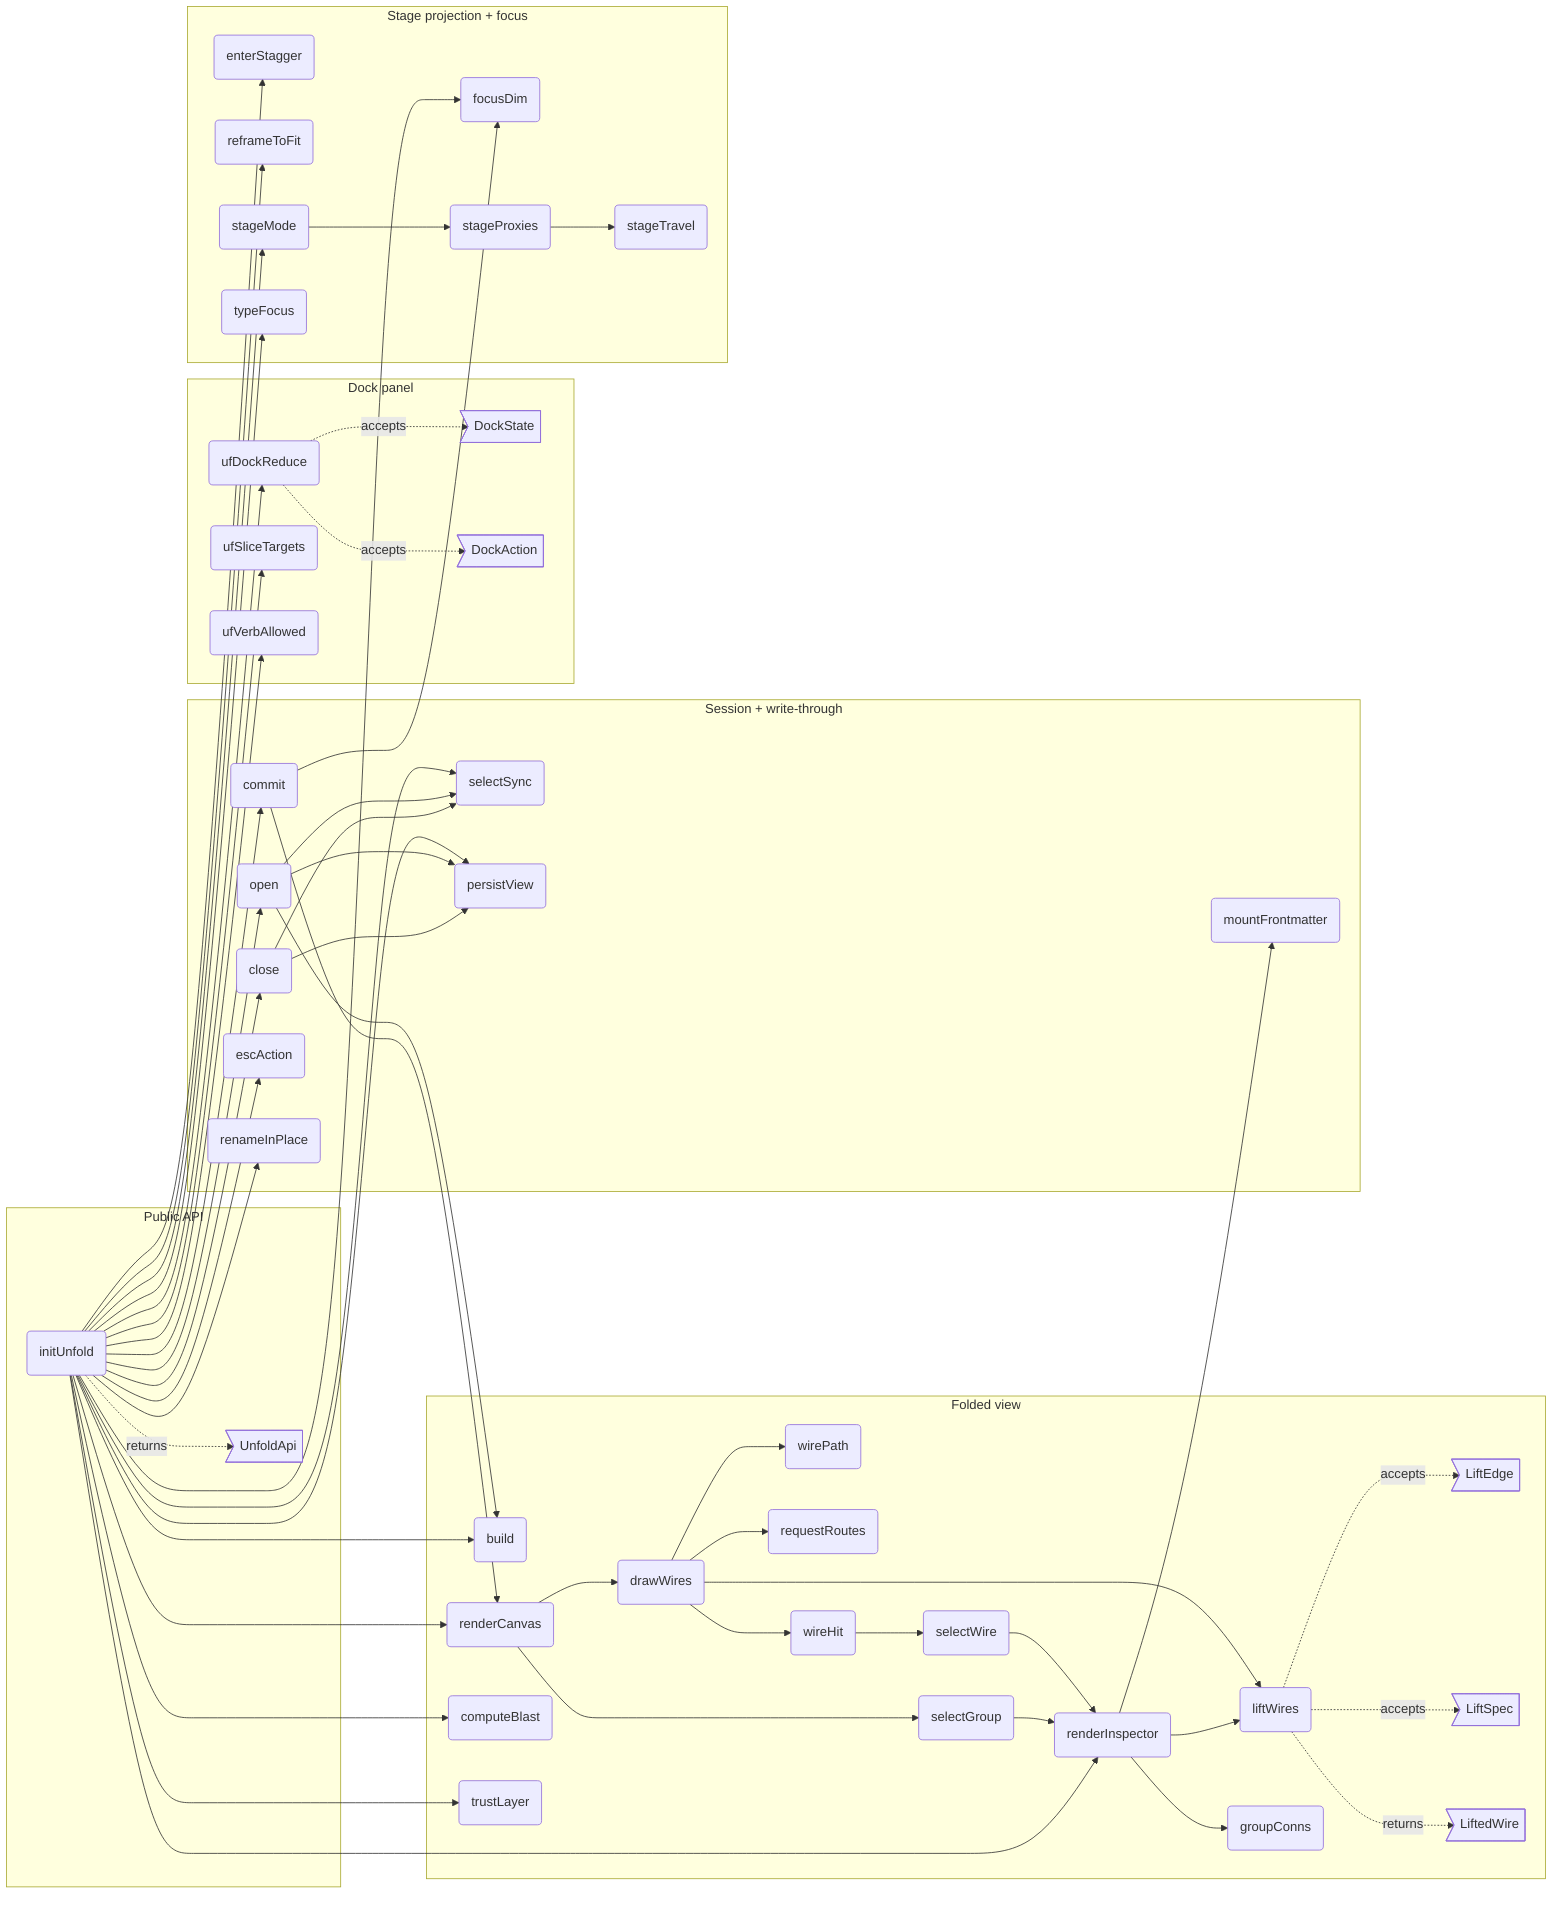
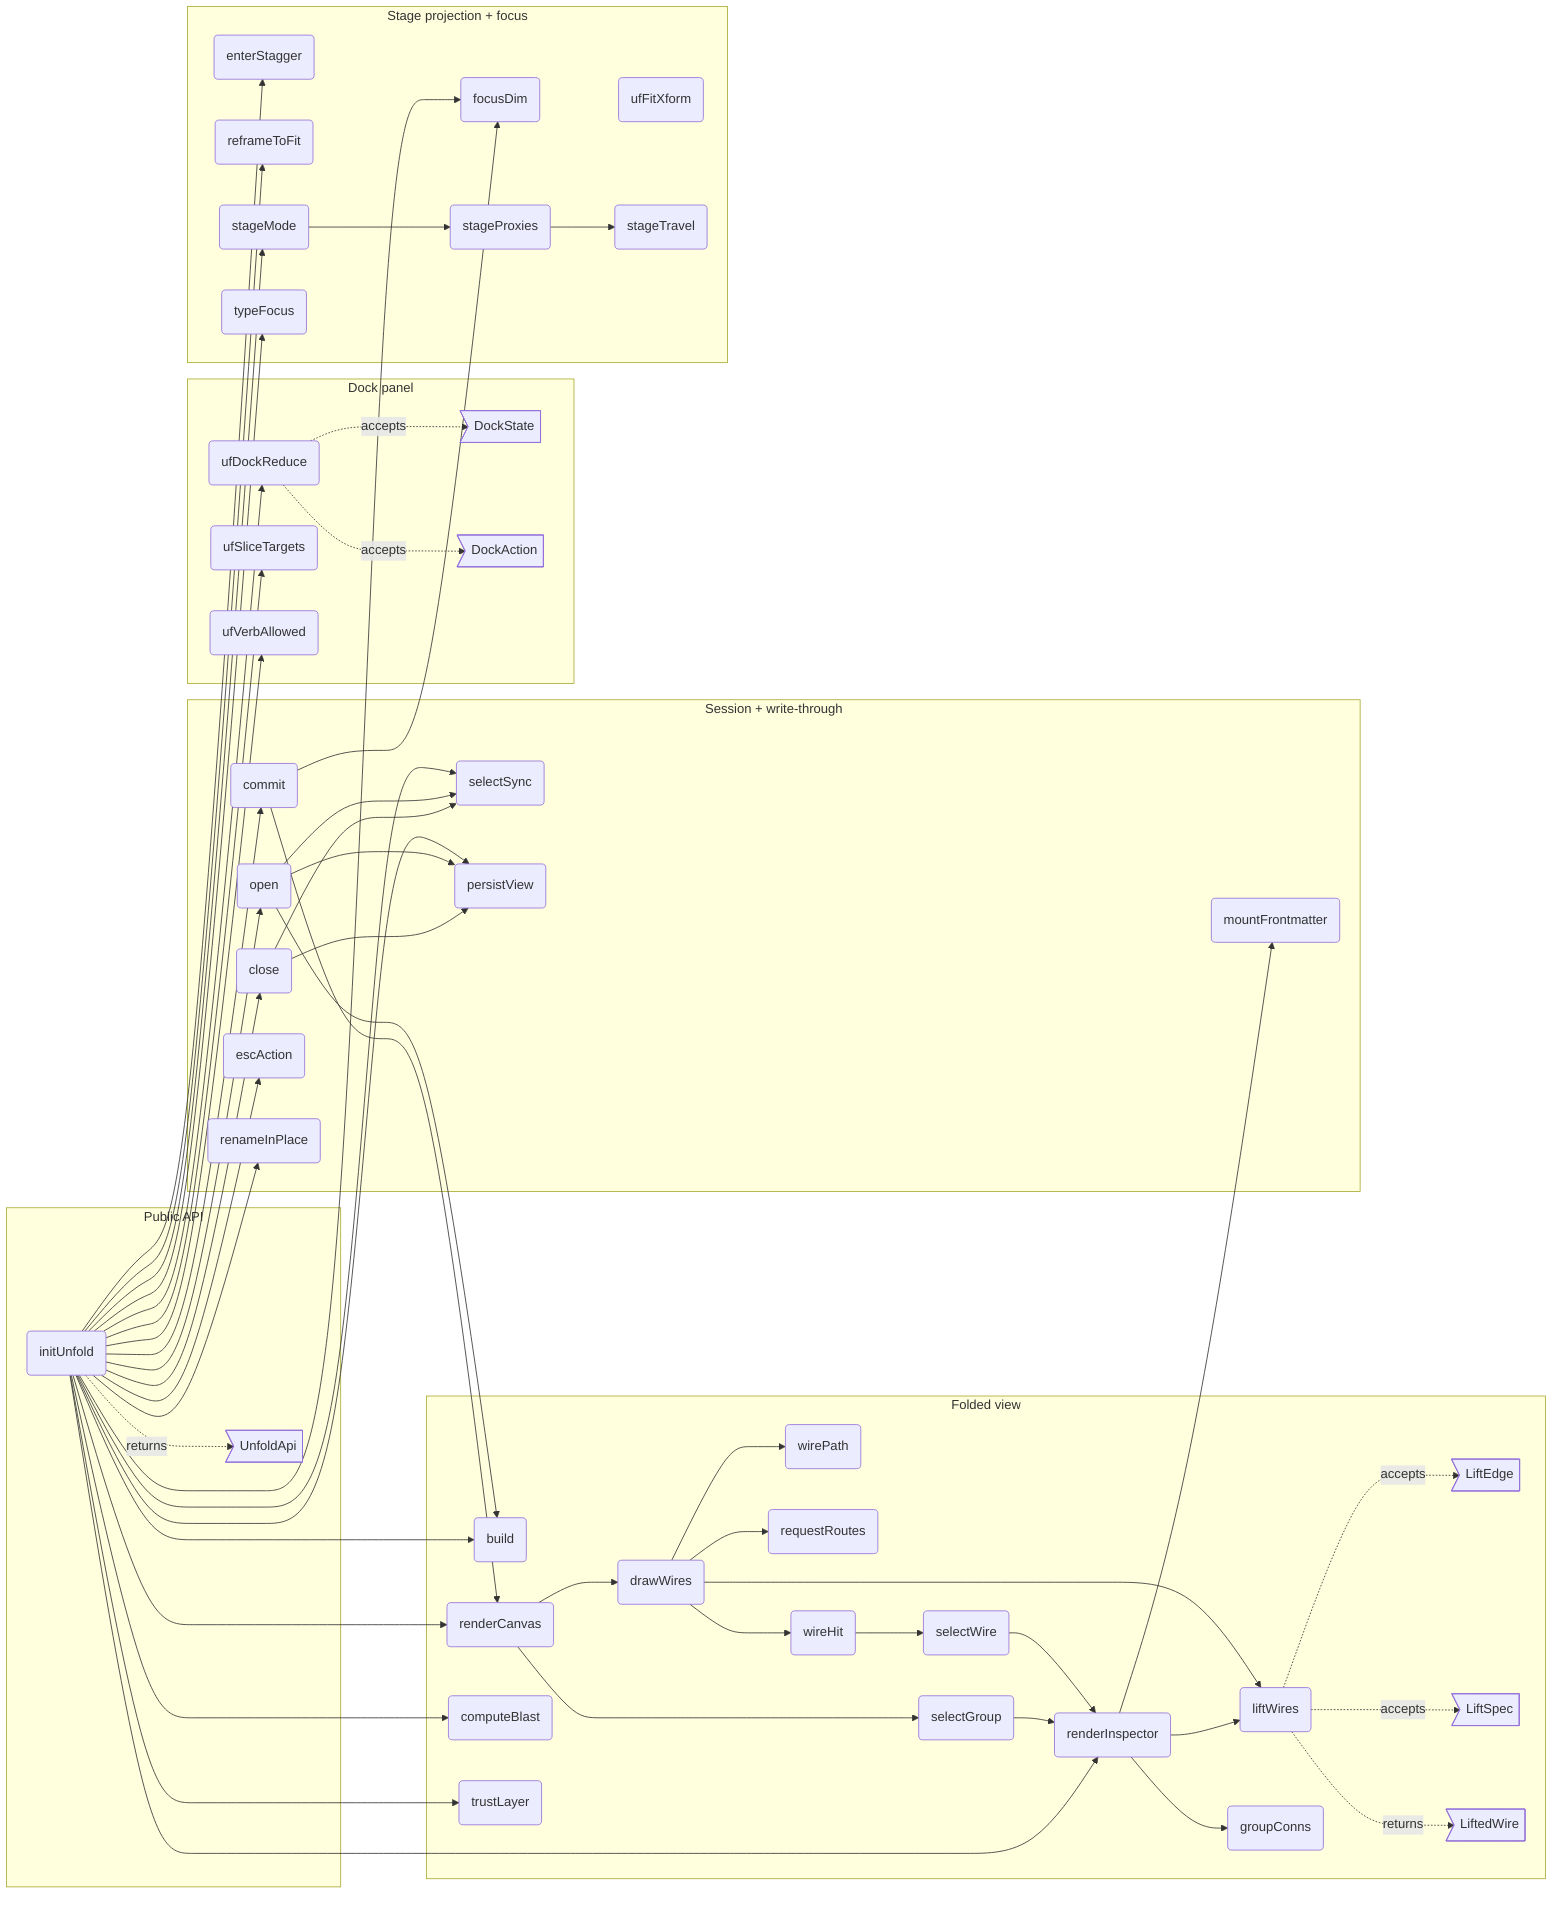
flowchart LR
%% root unfold

%% src UnfoldApi src/panel/unfold/unfold.ts#UnfoldApi
%% kind UnfoldApi type
%% fm:meta UnfoldApi name=UnfoldApi
%% fm:meta UnfoldApi desc=public surface: open, close, toggle

%% src initUnfold src/panel/unfold/unfold.ts#initUnfold
%% kind initUnfold function
%% fm:meta initUnfold name=initUnfold
%% fm:meta initUnfold desc=build the primary surface (own DOM + own CSS, the planner isolation pattern) bound to ctx; reads ctx.state + ctx.bodies, writes only through the shared hooks path; the dock carries a temporary legacy-compare affordance instead of a ✕ (M4 correction); the panel is a real dock driven by the pure ufDockReduce — five tabs on a two-row strip (reveal · io · mermaid / slice · style), chevron collapse, drag resize, state persisted under unfold.dock; model verbs are reachable through hidden-by-default affordances — overlay-scoped shortcuts and a selection-only '⋯' actions menu gated by the pure ufVerbAllowed, every verb bridging the unfold selection to the shared model selection and invoking the single-owner module verbs (nodes/clipboard/history) before a full rebuild
%% fm:meta initUnfold i0.name=initUnfold
%% fm:meta initUnfold i0.accepts=ctx: AppContext
%% fm:meta initUnfold i0.accepts=deps: { selection: SelectionApi; camera: CameraApi; files: FilesApi; mermaid: MermaidApi; slice: SliceApi; theming: ThemingApi; nodes: NodesApi; clipboard: ClipboardApi; history: HistoryApi }
%% fm:meta initUnfold i0.returns=UnfoldApi

%% src ufBuild src/panel/unfold/unfold.ts#build
%% kind ufBuild function
%% fm:meta ufBuild name=build
%% fm:meta ufBuild desc=derive the folded units from ctx.state on every open: live parent wins, else the flowmap mod__rest drill convention; de-dup edges, fan-in
%% fm:meta ufBuild i0.name=build
%% fm:meta ufBuild i0.returns=void

%% src ufRenderCanvas src/panel/unfold/unfold.ts#renderCanvas
%% kind ufRenderCanvas function
%% fm:meta ufRenderCanvas name=renderCanvas
%% fm:meta ufRenderCanvas desc=render the containment roots as nested flex cards/groups; only expanded containers show their children
%% fm:meta ufRenderCanvas i0.name=renderCanvas
%% fm:meta ufRenderCanvas i0.returns=void

%% src ufDrawWires src/panel/unfold/unfold.ts#drawWires
%% kind ufDrawWires function
%% fm:meta ufDrawWires name=drawWires
%% fm:meta ufDrawWires desc=paint the pure lift decision (ufLiftWires): wires run between sibling anchors under their lowest common container so no wire crosses a foreign group box; concealed counts render as mid-path badges; arrowheads exist only on atomic reveals (selected leaf / exploded wire); hot wires keep the accent + flow grammar; weight ramp, hub fade and hit paths operate on the lifted set
%% fm:meta ufDrawWires i0.name=drawWires
%% fm:meta ufDrawWires i0.returns=void

%% src ufLiftWires src/panel/unfold/unfold-lift.ts#ufLiftWires
%% kind ufLiftWires function
%% fm:meta ufLiftWires name=liftWires
%% fm:meta ufLiftWires desc=pure wire-picture decision for the primary surface: every wire lifts to sibling anchors under the lowest common container (never crossing a foreign boundary), concealed endpoints counted for the badge; the lowest selected point sets the travel depth — a selected leaf reveals true wires (atomic, arrowed, hot), a selected container anchors its crossing wires at its own border (hot), a selected wire explodes into its underlying relations; opposite directions merge (weight-majority orientation) since arrowheads exist only on atomic reveals
%% fm:meta ufLiftWires i0.name=ufLiftWires
%% fm:meta ufLiftWires i0.accepts=edges: LiftEdge[]
%% fm:meta ufLiftWires i0.accepts=spec: LiftSpec
%% fm:meta ufLiftWires i0.returns=LiftedWire[]

%% src ufLiftEdge src/panel/unfold/unfold-lift.ts#LiftEdge
%% kind ufLiftEdge type
%% fm:meta ufLiftEdge name=LiftEdge
%% fm:meta ufLiftEdge desc=one deduped model edge as the lift decision sees it: endpoints, call/dep flags, weight, optional advisory mark

%% src ufLiftSpec src/panel/unfold/unfold-lift.ts#LiftSpec
%% kind ufLiftSpec type
%% fm:meta ufLiftSpec name=LiftSpec
%% fm:meta ufLiftSpec desc=the plain view slice the lift decision reads: containment parents, expanded/hidden, selection (node or container plus wire), wire layers

%% src ufLiftedWire src/panel/unfold/unfold-lift.ts#LiftedWire
%% kind ufLiftedWire type
%% fm:meta ufLiftedWire name=LiftedWire
%% fm:meta ufLiftedWire desc=one drawn wire: sibling anchors, summed weight, concealed endpoint count (the badge), atomic (arrowed reveal), hot (selection highlight), advisory, and the underlying model relations

%% src ufSliceTargets src/panel/unfold/unfold-slice.ts#ufSliceTargets
%% kind ufSliceTargets function
%% fm:meta ufSliceTargets name=ufSliceTargets
%% fm:meta ufSliceTargets desc=pure mapping from unfold's selection shape to slice target ids: a non-empty selected card/group id wins → [sel]; else a selected wire → its two endpoints deduplicated for a self-loop; else [] meaning full diagram (the legacy no-selection contract); an empty-string sel counts as no selection
%% fm:meta ufSliceTargets i0.name=ufSliceTargets
%% fm:meta ufSliceTargets i0.accepts=sel: string | null
%% fm:meta ufSliceTargets i0.accepts=wire: { a: string; b: string } | null
%% fm:meta ufSliceTargets i0.returns=string[]

%% src ufVerbAllowed src/panel/unfold/unfold-verbs.ts#ufVerbAllowed
%% kind ufVerbAllowed function
%% fm:meta ufVerbAllowed name=ufVerbAllowed
%% fm:meta ufVerbAllowed desc=pure verb-applicability gate for unfold's hidden actions: over { sel, wire, clipboard, modelEmpty } — addNode/undo/redo always; connect/copy/duplicate/wrap/editMeta need a selected card or group; delete needs a card/group or a wire; paste needs a non-empty clipboard; edgeLabel/edgeReverse/edgeDelete need a selected wire; clearAll needs a non-empty model; unknown verbs are refused (fail closed)
%% fm:meta ufVerbAllowed i0.name=ufVerbAllowed
%% fm:meta ufVerbAllowed i0.accepts=verb: string
%% fm:meta ufVerbAllowed i0.accepts=s: { sel: string | null; wire: boolean; clipboard: boolean; modelEmpty: boolean }
%% fm:meta ufVerbAllowed i0.returns=boolean

%% src ufDockReduce src/panel/unfold/unfold-dock.ts#ufDockReduce
%% kind ufDockReduce function
%% fm:meta ufDockReduce name=ufDockReduce
%% fm:meta ufDockReduce desc=pure dock-state reducer for the primary surface's panel: DockState { tab, collapsed, width } advances only through actions — setTab selects a known tab and always expands a collapsed panel (unknown or already-active tabs are no-ops), toggleCollapse flips collapsed preserving tab and width, resize rounds and clamps width to [240, 580] and is a no-op while collapsed, load normalizes a persisted raw value falling back per-field to first-tab / expanded / 330; an empty tabs list makes every action a no-op
%% fm:meta ufDockReduce i0.name=ufDockReduce
%% fm:meta ufDockReduce i0.accepts=state: DockState
%% fm:meta ufDockReduce i0.accepts=action: DockAction
%% fm:meta ufDockReduce i0.accepts=tabs: string[]
%% fm:meta ufDockReduce i0.returns=DockState

%% src ufDockState src/panel/unfold/unfold-dock.ts#DockState
%% kind ufDockState type
%% fm:meta ufDockState name=DockState
%% fm:meta ufDockState desc=the panel chrome state: active tab, collapsed flag, width in px — the only dock state, persisted whole under unfold.dock

%% src ufDockAction src/panel/unfold/unfold-dock.ts#DockAction
%% kind ufDockAction type
%% fm:meta ufDockAction name=DockAction
%% fm:meta ufDockAction desc=discriminated dock action: setTab, toggleCollapse, resize, or load (normalize a persisted raw value)

%% src ufComputeBlast src/panel/unfold/unfold.ts#computeBlast
%% kind ufComputeBlast function
%% fm:meta ufComputeBlast name=computeBlast
%% fm:meta ufComputeBlast desc=reverse-BFS the transitive dependents of the selection and map them to visible cards with min hop distance
%% fm:meta ufComputeBlast i0.name=computeBlast
%% fm:meta ufComputeBlast i0.returns=void

%% src ufRenderInspector src/panel/unfold/unfold.ts#renderInspector
%% kind ufRenderInspector function
%% fm:meta ufRenderInspector name=renderInspector
%% fm:meta ufRenderInspector desc=empty until selection; then kind, crumbs, desc, interfaces, blast count, connections, and the real source body from ctx.bodies — a selected wire resolves its endpoints and underlying relations through the same pure lift decision the painter draws (ufLiftWires), so the two surfaces cannot disagree
%% fm:meta ufRenderInspector i0.name=renderInspector
%% fm:meta ufRenderInspector i0.returns=void

%% src ufEnterStagger src/panel/unfold/unfold.ts#enterStagger
%% kind ufEnterStagger function
%% fm:meta ufEnterStagger name=enterStagger
%% fm:meta ufEnterStagger desc=staggered fade-up entrance for newly-revealed cards (~55ms stagger, ~650ms expo ease); wires draw themselves in only after their cards land
%% fm:meta ufEnterStagger i0.name=enterStagger
%% fm:meta ufEnterStagger i0.returns=void

%% src ufFocusDim src/panel/unfold/unfold.ts#focusDim
%% kind ufFocusDim function
%% fm:meta ufFocusDim name=focusDim
%% fm:meta ufFocusDim desc=focus illumination without rebuild: selection glows, 1-hop neighbours stay lit, its wires carry the flow animation, everything else dims
%% fm:meta ufFocusDim i0.name=focusDim
%% fm:meta ufFocusDim i0.returns=void

%% src ufReframe src/panel/unfold/unfold.ts#reframeToFit
%% kind ufReframe function
%% fm:meta ufReframe name=reframeToFit
%% fm:meta ufReframe desc=after every structural change the world transform-scales so all visible content fits, animated ~900ms expo ease — the canvas breathes instead of demanding travel
%% fm:meta ufReframe i0.name=reframeToFit
%% fm:meta ufReframe i0.returns=void

%% src ufStageMode src/panel/unfold/unfold.ts#stageMode
%% kind ufStageMode function
%% fm:meta ufStageMode name=stageMode
%% fm:meta ufStageMode desc=second projection of the same graph: the focused group renders center-stage at readable size while the explore world blurs and fades behind; exit restores explore state exactly
%% fm:meta ufStageMode i0.name=stageMode
%% fm:meta ufStageMode i0.accepts=gid: string | null
%% fm:meta ufStageMode i0.returns=void

%% src ufProxies src/panel/unfold/unfold.ts#stageProxies
%% kind ufProxies function
%% fm:meta ufProxies name=stageProxies
%% fm:meta ufProxies desc=external edges aggregate per target container into pill proxies on a ring; each pill's angle is the TRUE angle between group centroids in ctx.state positions
%% fm:meta ufProxies i0.name=stageProxies
%% fm:meta ufProxies i0.returns=void

%% src ufTravel src/panel/unfold/unfold.ts#stageTravel
%% kind ufTravel function
%% fm:meta ufTravel name=stageTravel
%% fm:meta ufTravel desc=peek then travel: the target group slides onto stage FROM its direction; the origin becomes a reciprocal-direction proxy automatically since both derive from the same centroids
%% fm:meta ufTravel i0.name=stageTravel
%% fm:meta ufTravel i0.accepts=target: string
%% fm:meta ufTravel i0.accepts=fromAngle: number
%% fm:meta ufTravel i0.returns=void

%% src ufTypeFocus src/panel/unfold/unfold.ts#typeFocus
%% kind ufTypeFocus function
%% fm:meta ufTypeFocus name=typeFocus
%% fm:meta ufTypeFocus desc=click a type in a frontmatter card and every module whose interface carries that type lights across the surface; the inspector lists the carriers, derived from ctx.state
%% fm:meta ufTypeFocus i0.name=typeFocus
%% fm:meta ufTypeFocus i0.accepts=t: string | null
%% fm:meta ufTypeFocus i0.returns=void

%% src ufCommit src/panel/unfold/unfold.ts#commit
%% kind ufCommit function
%% fm:meta ufCommit name=commit
%% fm:meta ufCommit desc=the ONLY view-mutation entry (M3): apply the pure reduceView to the spec, install the result frozen, then paint the per-action render subset — no handler touches view state or the DOM directly
%% fm:meta ufCommit i0.name=commit
%% fm:meta ufCommit i0.accepts=a: ViewAction
%% fm:meta ufCommit i0.returns=void

%% src ufSelectSync src/panel/unfold/unfold.ts#selectSync
%% kind ufSelectSync function
%% fm:meta ufSelectSync name=selectSync
%% fm:meta ufSelectSync desc=selection survives the mode boundary: seed SEL from the editor selection on open; hand the reading selection back (selectOnly + zoomToNode via deps) on close — no new state, one shared selection
%% fm:meta ufSelectSync i0.name=selectSync
%% fm:meta ufSelectSync i0.accepts=dir: 'open' | 'close'
%% fm:meta ufSelectSync i0.returns=void

%% src ufPersistView src/panel/unfold/unfold.ts#persistView
%% kind ufPersistView function
%% fm:meta ufPersistView name=persistView
%% fm:meta ufPersistView desc=the reading session persists per diagram (sorted containment roots as identity) as the full v1 ViewSpec; load goes through normalizeViewSpec and applies the durable trio (expanded/hidden/layers) — a pre-M3 stored entry is a valid subset, migration is branch-free
%% fm:meta ufPersistView i0.name=persistView
%% fm:meta ufPersistView i0.accepts=dir: 'save' | 'load'
%% fm:meta ufPersistView i0.returns=void

%% src ufOpen src/panel/unfold/unfold.ts#open
%% kind ufOpen function
%% fm:meta ufOpen name=open
%% fm:meta ufOpen desc=enter the primary surface: rebuild units from ctx.state, restore the per-diagram ViewSpec, sync selection in, show the overlay — no surface choice is recorded, unfold is home (M4 correction)
%% fm:meta ufOpen i0.name=open
%% fm:meta ufOpen i0.returns=void

%% src ufClose src/panel/unfold/unfold.ts#close
%% kind ufClose function
%% fm:meta ufClose name=close
%% fm:meta ufClose desc=leave unfold for the legacy-compare view (temporary, until M5 parity deletes the canvas): save the ViewSpec, hand the selection back, hide the overlay — invoked ONLY by the explicit compare affordance; no surface choice is recorded, no ✕ and no Esc route here (M4 correction)
%% fm:meta ufClose i0.name=close
%% fm:meta ufClose i0.returns=void

%% src ufEscAction src/panel/unfold/unfold-esc.ts#ufEscAction
%% kind ufEscAction function
%% fm:meta ufEscAction name=escAction
%% fm:meta ufEscAction desc=pure Esc-chain decision for the primary surface: priority order connect > focusType > selWire > stage > sel > query, and 'none' at the bottom — an armed connect-mode outranks everything else (M5 A-verbs), and Escape never exits unfold (the old close() branch is gone by design, M4 correction)
%% fm:meta ufEscAction i0.name=ufEscAction
%% fm:meta ufEscAction i0.accepts=s: { connect: boolean; focusType: boolean; selWire: boolean; stage: boolean; sel: boolean; query: boolean }
%% fm:meta ufEscAction i0.returns='cancelConnect' | 'clearTypeFocus' | 'deselectWire' | 'exitStage' | 'selectGroup' | 'clearQuery' | 'none'

%% src ufTrustLayer src/panel/unfold/unfold.ts#trustLayer
%% kind ufTrustLayer function
%% fm:meta ufTrustLayer name=trustLayer
%% fm:meta ufTrustLayer desc=trust layer with an OPTIONAL advisory source: same-origin edge-advisory-allowlist.txt when present, a Load button otherwise; absent source = layer disabled, never wrong — advisory edges dash amber, advisory descs are marked
%% fm:meta ufTrustLayer i0.name=trustLayer
%% fm:meta ufTrustLayer i0.returns=void

%% src ufWirePath src/panel/unfold/unfold.ts#wirePath
%% kind ufWirePath function
%% fm:meta ufWirePath name=wirePath
%% fm:meta ufWirePath desc=one wire geometry, not two: reading-mode wires from the app's real port-side geometry (core/state portPos + bestSides) and the render/wires elbow path — replaces the local orthoPath
%% fm:meta ufWirePath i0.name=wirePath
%% fm:meta ufWirePath i0.accepts=a: Box
%% fm:meta ufWirePath i0.accepts=b: Box
%% fm:meta ufWirePath i0.returns=string

%% src ufRequestRoutes src/panel/unfold/unfold.ts#requestRoutes
%% kind ufRequestRoutes function
%% fm:meta ufRequestRoutes name=requestRoutes
%% fm:meta ufRequestRoutes desc=obstacle-avoided routes for the lifted wire picture via the shared libavoid worker (render/avoidRouter routeGraph), one call per containment scope: sibling cards AND group boxes are the obstacles for that scope's lifted wires, while atomic reveals route against cards only; elbows paint first, routed polylines upgrade in place; a layout signature drops stale replies
%% fm:meta ufRequestRoutes i0.name=requestRoutes
%% fm:meta ufRequestRoutes i0.accepts=pos: Record<string, Box>
%% fm:meta ufRequestRoutes i0.accepts=wires: LiftedWire[]
%% fm:meta ufRequestRoutes i0.returns=void

%% src ufSelectWire src/panel/unfold/unfold.ts#selectWire
%% kind ufSelectWire function
%% fm:meta ufSelectWire name=selectWire
%% fm:meta ufSelectWire desc=a wire is a first-class selectable (legacy-editor parity): select an aggregated wire by its rendered rep pair, clearing node/type focus; re-click deselects; the inspector shows endpoints, kind, weight and every underlying model relation
%% fm:meta ufSelectWire i0.name=selectWire
%% fm:meta ufSelectWire i0.accepts=a: string
%% fm:meta ufSelectWire i0.accepts=b: string
%% fm:meta ufSelectWire i0.returns=void

%% src ufWireHit src/panel/unfold/unfold.ts#wireHit
%% kind ufWireHit function
%% fm:meta ufWireHit name=wireHit
%% fm:meta ufWireHit desc=append an invisible wide hit path over a drawn wire in either projection: click selects the wire, hover pre-lights it — excluded from stage panning so pointer capture never eats the click
%% fm:meta ufWireHit i0.name=wireHit
%% fm:meta ufWireHit i0.accepts=vis: SVGPathElement
%% fm:meta ufWireHit i0.accepts=d: string
%% fm:meta ufWireHit i0.accepts=a: string
%% fm:meta ufWireHit i0.accepts=b: string
%% fm:meta ufWireHit i0.accepts=host: SVGSVGElement
%% fm:meta ufWireHit i0.returns=void

%% src ufSelectGroup src/panel/unfold/unfold.ts#selectGroup
%% kind ufSelectGroup function
%% fm:meta ufSelectGroup name=selectGroup
%% fm:meta ufSelectGroup desc=a group is a first-class selectable (U6): select + inspect, never stage (U8 deferred) — clears wire/type focus, relights, re-renders tree + inspector in either projection
%% fm:meta ufSelectGroup i0.name=selectGroup
%% fm:meta ufSelectGroup i0.accepts=id: string
%% fm:meta ufSelectGroup i0.returns=void

%% src ufGroupConns src/panel/unfold/unfold.ts#groupConns
%% kind ufGroupConns function
%% fm:meta ufGroupConns name=groupConns
%% fm:meta ufGroupConns desc=external connections of a container: every edge with exactly one endpoint inside the subtree, aggregated to the coarsest foreign container and weight-summed — the same aggregation grammar as the stage pills
%% fm:meta ufGroupConns i0.name=groupConns
%% fm:meta ufGroupConns i0.accepts=id: string
%% fm:meta ufGroupConns i0.returns={ uses: [string, number][]; usedBy: [string, number][] }

%% src ufRenameInPlace src/panel/unfold/unfold.ts#renameInPlace
%% kind ufRenameInPlace function
%% fm:meta ufRenameInPlace name=renameInPlace
%% fm:meta ufRenameInPlace desc=inline rename on the selected card (Enter / double-click on selected), writing through the existing model path — mutate ctx.state then hooks render + sync + pushHistory + persist, never a private write path
%% fm:meta ufRenameInPlace i0.name=renameInPlace
%% fm:meta ufRenameInPlace i0.accepts=id: string
%% fm:meta ufRenameInPlace i0.returns=void

%% src ufMountFrontmatter src/panel/unfold/unfold.ts#mountFrontmatter
%% kind ufMountFrontmatter function
%% fm:meta ufMountFrontmatter name=mountFrontmatter
%% fm:meta ufMountFrontmatter desc=mount the app's frontmatter editor (panel/inspector-frontmatter) for the selected node inside the reading inspector — the same hooks write path as renameInPlace; commits re-derive the folded view
%% fm:meta ufMountFrontmatter i0.name=mountFrontmatter
%% fm:meta ufMountFrontmatter i0.accepts=host: HTMLElement
%% fm:meta ufMountFrontmatter i0.accepts=id: string
%% fm:meta ufMountFrontmatter i0.returns=void
+ 
+ %% src ufFitXform src/panel/unfold/unfold-camera.ts#ufFitXform
+ %% kind ufFitXform function
+ %% fm:meta ufFitXform name=ufFitXform
+ %% fm:meta ufFitXform desc=pure camera resolver for one unfold repaint: the first paint and the visible-set verbs (reveal / hide / foldAll) fit content to the stage (clamped k in [0.15,1.15], centred, y floored at pad); every other repaint — crucially toggleExpand — returns the prior transform untouched so a group fold/unfold moves neither zoom nor focus. Owns the fit math previously duplicated in fitView and reframeToFit; no ctx, no DOM
+ %% fm:meta ufFitXform i0.name=ufFitXform
+ %% fm:meta ufFitXform i0.accepts=action: string
+ %% fm:meta ufFitXform i0.accepts=firstPaint: boolean
+ %% fm:meta ufFitXform i0.accepts=prev: { x: number; y: number; k: number }
+ %% fm:meta ufFitXform i0.accepts=content: { width: number; height: number }
+ %% fm:meta ufFitXform i0.accepts=stage: { width: number; height: number }
+ %% fm:meta ufFitXform i0.accepts=pad: number
+ %% fm:meta ufFitXform i0.returns={ x: number; y: number; k: number }

%% parent uf_api unfold
%% parent uf_view unfold
%% parent uf_stage unfold
%% parent uf_session unfold
%% parent uf_dock unfold

  subgraph uf_api ["Public API"]
    initUnfold("initUnfold")
    UnfoldApi>"UnfoldApi"]
  end
  subgraph uf_dock ["Dock panel"]
    ufDockReduce("ufDockReduce")
    ufDockState>"DockState"]
    ufDockAction>"DockAction"]
    ufSliceTargets("ufSliceTargets")
    ufVerbAllowed("ufVerbAllowed")
  end
  subgraph uf_view ["Folded view"]
    ufBuild("build")
    ufRenderCanvas("renderCanvas")
    ufDrawWires("drawWires")
    ufLiftWires("liftWires")
    ufLiftEdge>"LiftEdge"]
    ufLiftSpec>"LiftSpec"]
    ufLiftedWire>"LiftedWire"]
    ufWirePath("wirePath")
    ufRequestRoutes("requestRoutes")
    ufWireHit("wireHit")
    ufSelectWire("selectWire")
    ufSelectGroup("selectGroup")
    ufGroupConns("groupConns")
    ufComputeBlast("computeBlast")
    ufRenderInspector("renderInspector")
    ufTrustLayer("trustLayer")
  end
  subgraph uf_session ["Session + write-through"]
    ufCommit("commit")
    ufOpen("open")
    ufClose("close")
    ufEscAction("escAction")
    ufSelectSync("selectSync")
    ufPersistView("persistView")
    ufRenameInPlace("renameInPlace")
    ufMountFrontmatter("mountFrontmatter")
  end
  subgraph uf_stage ["Stage projection + focus"]
    ufEnterStagger("enterStagger")
    ufFocusDim("focusDim")
    ufReframe("reframeToFit")
+     ufFitXform("ufFitXform")
    ufStageMode("stageMode")
    ufProxies("stageProxies")
    ufTravel("stageTravel")
    ufTypeFocus("typeFocus")
  end

  initUnfold -.->|returns| UnfoldApi
  initUnfold --> ufBuild
  initUnfold --> ufRenderCanvas
  ufRenderCanvas --> ufDrawWires
  ufDrawWires --> ufLiftWires
  ufLiftWires -.->|accepts| ufLiftEdge
  ufLiftWires -.->|accepts| ufLiftSpec
  ufLiftWires -.->|returns| ufLiftedWire
  ufDrawWires --> ufWirePath
  ufDrawWires --> ufRequestRoutes
  ufDrawWires --> ufWireHit
  ufWireHit --> ufSelectWire
  ufSelectWire --> ufRenderInspector
  ufRenderInspector --> ufLiftWires
  ufRenderCanvas --> ufSelectGroup
  ufSelectGroup --> ufRenderInspector
  ufRenderInspector --> ufGroupConns
  initUnfold --> ufComputeBlast
  initUnfold --> ufRenderInspector
  initUnfold --> ufTrustLayer
  initUnfold --> ufCommit
  ufCommit --> ufRenderCanvas
  ufCommit --> ufFocusDim
  initUnfold --> ufSelectSync
  initUnfold --> ufPersistView
  initUnfold --> ufOpen
  initUnfold --> ufClose
  ufOpen --> ufBuild
  ufOpen --> ufPersistView
  ufOpen --> ufSelectSync
  ufClose --> ufPersistView
  ufClose --> ufSelectSync
  initUnfold --> ufRenameInPlace
  ufRenderInspector --> ufMountFrontmatter
  initUnfold --> ufEnterStagger
  initUnfold --> ufFocusDim
  initUnfold --> ufReframe
  initUnfold --> ufTypeFocus
  initUnfold --> ufStageMode
  ufStageMode --> ufProxies
  ufProxies --> ufTravel
  initUnfold --> ufEscAction
  initUnfold --> ufDockReduce
  ufDockReduce -.->|accepts| ufDockState
  ufDockReduce -.->|accepts| ufDockAction
  initUnfold --> ufSliceTargets
  initUnfold --> ufVerbAllowed
